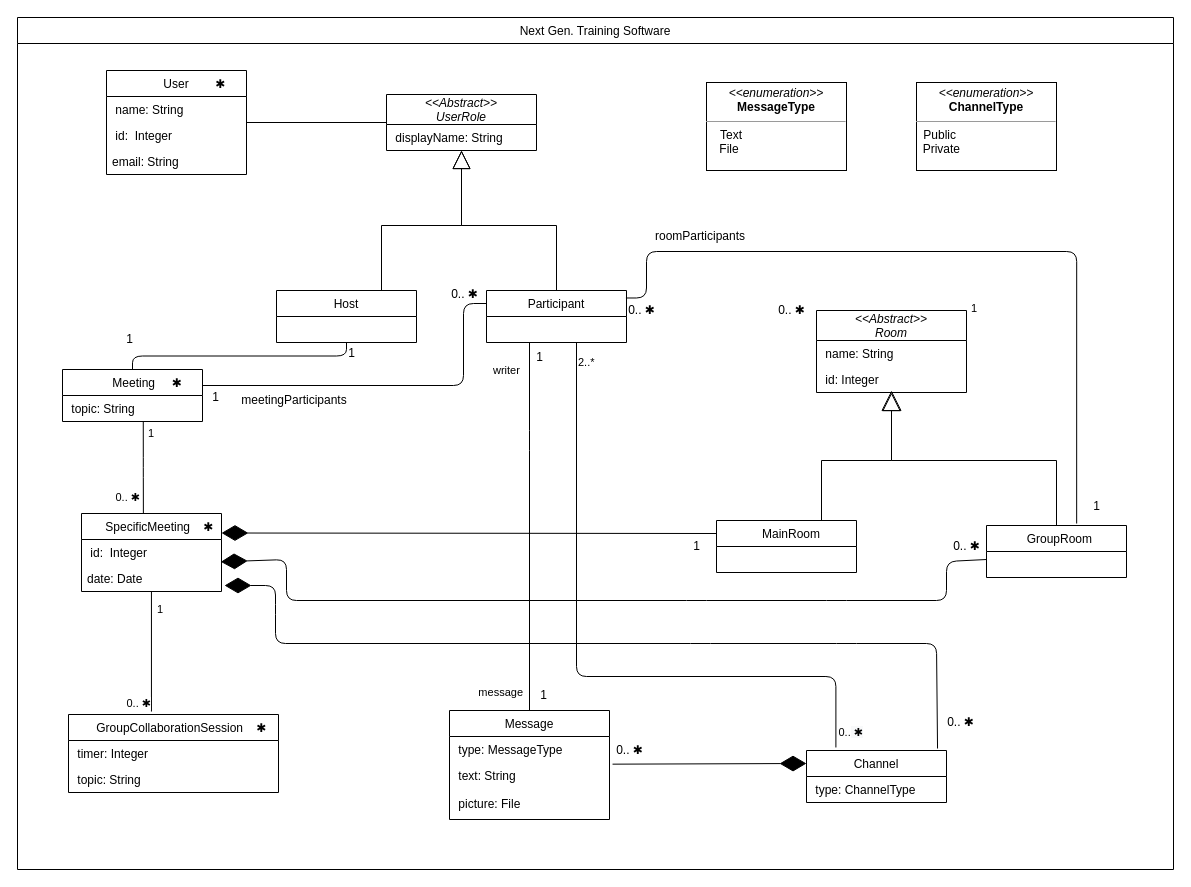
Above: ECSE326.drawio in tylerrwatsonn/ecse-326-group-20 (draw.io), before the change. Source tidied: cells renumbered, new cells numbered last; positions are measured from the earlier drawing's top-left corner, leaving out a move shared by most shapes. Both pictures are drawn from the tidied source at 100%, with x=0, y=0 at pixel (17, 17).
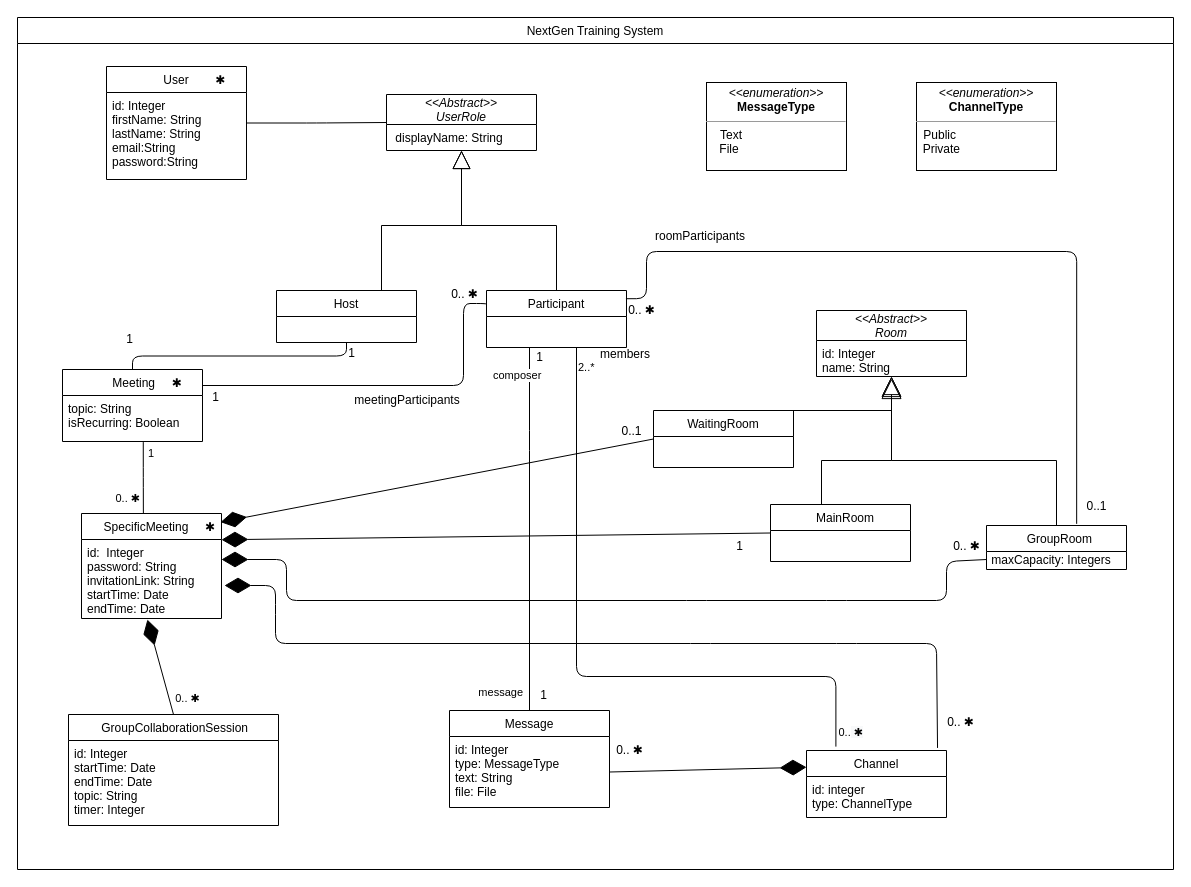
The same diagram, later.

Commit message:
changed relationships and attributes

Unchanged cells that the change refers to:
```xml
<mxCell id="67" style="endArrow=none;html=1;edgeStyle=orthogonalEdgeStyle;entryX=0.5;entryY=0;entryDx=0;entryDy=0;" parent="1" edge="1" source="12" target="30">
  <mxGeometry relative="1" as="geometry">
    <Array as="points">
      <mxPoint x="512" y="423" />
      <mxPoint x="512" y="423" />
    </Array>
  </mxGeometry>
</mxCell>
```

Change to the diagram source:
```diff
@@
     <mxCell id="2" value="           User        ✱" style="swimlane;fontStyle=0;horizontal=1;startSize=26;fillColor=none;" parent="1" vertex="1">
-      <mxGeometry x="89" y="53" width="140" height="104" as="geometry" />
+      <mxGeometry x="89" y="49" width="140" height="113" as="geometry" />
     </mxCell>
-    <mxCell id="3" value=" name: String" style="text;strokeColor=none;fillColor=none;align=left;verticalAlign=top;spacingLeft=4;spacingRight=4;overflow=hidden;" parent="2" vertex="1">
-      <mxGeometry y="26" width="140" height="26" as="geometry" />
+    <mxCell id="3" value="id: Integer&#10;firstName: String&#10;lastName: String&#10;email:String&#10;password:String" style="text;strokeColor=none;fillColor=none;align=left;verticalAlign=top;spacingLeft=4;spacingRight=4;overflow=hidden;" parent="2" vertex="1">
+      <mxGeometry y="26" width="140" height="87" as="geometry" />
     </mxCell>
-    <mxCell id="4" value=" id:  Integer" style="text;strokeColor=none;fillColor=none;align=left;verticalAlign=top;spacingLeft=4;spacingRight=4;overflow=hidden;" parent="2" vertex="1">
-      <mxGeometry y="52" width="140" height="26" as="geometry" />
-    </mxCell>
-    <mxCell id="5" value="email: String" style="text;strokeColor=none;fillColor=none;align=left;verticalAlign=top;spacingLeft=4;spacingRight=4;overflow=hidden;" parent="2" vertex="1">
-      <mxGeometry y="78" width="140" height="26" as="geometry" />
-    </mxCell>
@@
     <mxCell id="12" value="Participant" style="swimlane;fontStyle=0;horizontal=1;startSize=26;fillColor=none;" parent="1" vertex="1">
-      <mxGeometry x="469" y="273" width="140" height="52" as="geometry" />
+      <mxGeometry x="469" y="273" width="140" height="57" as="geometry" />
     </mxCell>
-    <mxCell id="13" value="     SpecificMeeting    ✱" style="swimlane;fontStyle=0;horizontal=1;startSize=26;fillColor=none;align=center;" parent="1" vertex="1">
-      <mxGeometry x="64" y="496" width="140" height="78" as="geometry" />
+    <mxCell id="13" value="     SpecificMeeting     ✱" style="swimlane;fontStyle=0;horizontal=1;startSize=26;fillColor=none;align=center;" parent="1" vertex="1">
+      <mxGeometry x="64" y="496" width="140" height="105" as="geometry" />
     </mxCell>
-    <mxCell id="14" value=" id:  Integer" style="text;strokeColor=none;fillColor=none;align=left;verticalAlign=top;spacingLeft=4;spacingRight=4;overflow=hidden;points=[[0,0.5],[1,0.5]];portConstraint=eastwest;" parent="13" vertex="1">
-      <mxGeometry y="26" width="140" height="26" as="geometry" />
+    <mxCell id="14" value="id:  Integer&#10;password: String&#10;invitationLink: String&#10;startTime: Date&#10;endTime: Date" style="text;strokeColor=none;fillColor=none;align=left;verticalAlign=top;spacingLeft=4;spacingRight=4;overflow=hidden;points=[[0,0.5],[1,0.5]];portConstraint=eastwest;" parent="13" vertex="1">
+      <mxGeometry y="26" width="140" height="79" as="geometry" />
     </mxCell>
-    <mxCell id="15" value="date: Date" style="text;strokeColor=none;fillColor=none;align=left;verticalAlign=top;spacingLeft=4;spacingRight=4;overflow=hidden;" parent="13" vertex="1">
-      <mxGeometry y="52" width="140" height="26" as="geometry" />
-    </mxCell>
     <mxCell id="16" value="&lt;&lt;Abstract&gt;&gt;&#10;Room" style="swimlane;fontStyle=2;horizontal=1;startSize=30;fillColor=none;" parent="1" vertex="1">
-      <mxGeometry x="799" y="293" width="150" height="82" as="geometry" />
+      <mxGeometry x="799" y="293" width="150" height="66" as="geometry" />
     </mxCell>
-    <mxCell id="17" value=" name: String" style="text;strokeColor=none;fillColor=none;align=left;verticalAlign=top;spacingLeft=4;spacingRight=4;overflow=hidden;points=[[0,0.5],[1,0.5]];portConstraint=eastwest;" parent="16" vertex="1">
-      <mxGeometry y="30" width="150" height="26" as="geometry" />
+    <mxCell id="17" value="id: Integer&#10;name: String" style="text;strokeColor=none;fillColor=none;align=left;verticalAlign=top;spacingLeft=4;spacingRight=4;overflow=hidden;points=[[0,0.5],[1,0.5]];portConstraint=eastwest;" parent="16" vertex="1">
+      <mxGeometry y="30" width="150" height="36" as="geometry" />
     </mxCell>
-    <mxCell id="18" value=" id: Integer" style="text;strokeColor=none;fillColor=none;align=left;verticalAlign=top;spacingLeft=4;spacingRight=4;overflow=hidden;" parent="16" vertex="1">
-      <mxGeometry y="56" width="150" height="26" as="geometry" />
-    </mxCell>
@@
     <mxCell id="20" value="        MainRoom     " style="swimlane;fontStyle=0;horizontal=1;startSize=26;fillColor=none;" parent="1" vertex="1">
-      <mxGeometry x="699" y="503" width="140" height="52" as="geometry" />
+      <mxGeometry x="753" y="487" width="140" height="57" as="geometry" />
     </mxCell>
-    <mxCell id="21" style="edgeStyle=orthogonalEdgeStyle;rounded=0;jettySize=auto;html=1;exitX=0.5;exitY=0;exitDx=0;exitDy=0;endArrow=block;endFill=0;endSize=18;" parent="1" edge="1" source="22">
+    <mxCell id="21" style="edgeStyle=orthogonalEdgeStyle;rounded=0;jettySize=auto;html=1;exitX=0.5;exitY=0;exitDx=0;exitDy=0;endArrow=block;endFill=0;endSize=18;" parent="1" edge="1" source="22" target="17">
       <mxGeometry relative="1" as="geometry">
-        <mxPoint x="874" y="373" as="targetPoint" />
         <Array as="points">
           <mxPoint x="1039" y="443" />
           <mxPoint x="874" y="443" />
         </Array>
       </mxGeometry>
     </mxCell>
     <mxCell id="22" value="     GroupRoom   " style="swimlane;fontStyle=0;horizontal=1;startSize=26;fillColor=none;" parent="1" vertex="1">
-      <mxGeometry x="969" y="508" width="140" height="52" as="geometry" />
+      <mxGeometry x="969" y="508" width="140" height="44" as="geometry" />
     </mxCell>
+    <mxCell id="72" value="&amp;nbsp;maxCapacity: Integers" style="text;html=1;align=left;verticalAlign=middle;" parent="22" vertex="1">
+      <mxGeometry y="26" width="140" height="18" as="geometry" />
+    </mxCell>
@@
     <mxCell id="25" value="      Channel      " style="swimlane;fontStyle=0;horizontal=1;startSize=26;fillColor=none;" parent="1" vertex="1">
-      <mxGeometry x="789" y="733" width="140" height="52" as="geometry" />
+      <mxGeometry x="789" y="733" width="140" height="67" as="geometry" />
     </mxCell>
-    <mxCell id="26" value=" type: ChannelType&#10;&#10;" style="text;strokeColor=none;fillColor=none;align=left;verticalAlign=top;spacingLeft=4;spacingRight=4;overflow=hidden;" parent="25" vertex="1">
-      <mxGeometry y="26" width="140" height="26" as="geometry" />
+    <mxCell id="26" value="id: integer&#10;type: ChannelType&#10;&#10;" style="text;strokeColor=none;fillColor=none;align=left;verticalAlign=top;spacingLeft=4;spacingRight=4;overflow=hidden;" parent="25" vertex="1">
+      <mxGeometry y="26" width="140" height="41" as="geometry" />
     </mxCell>
-    <mxCell id="27" value="     GroupCollaborationSession    ✱" style="swimlane;fontStyle=0;horizontal=1;startSize=26;fillColor=none;" parent="1" vertex="1">
-      <mxGeometry x="51" y="697" width="210" height="78" as="geometry" />
+    <mxCell id="27" value="     GroupCollaborationSession    " style="swimlane;fontStyle=0;horizontal=1;startSize=26;fillColor=none;" parent="1" vertex="1">
+      <mxGeometry x="51" y="697" width="210" height="111" as="geometry" />
     </mxCell>
-    <mxCell id="28" value=" timer: Integer&#10;&#10;" style="text;strokeColor=none;fillColor=none;align=left;verticalAlign=top;spacingLeft=4;spacingRight=4;overflow=hidden;" parent="27" vertex="1">
-      <mxGeometry y="26" width="210" height="26" as="geometry" />
-    </mxCell>
-    <mxCell id="29" value=" topic: String" style="text;strokeColor=none;fillColor=none;align=left;verticalAlign=top;spacingLeft=4;spacingRight=4;overflow=hidden;" parent="27" vertex="1">
-      <mxGeometry y="52" width="210" height="26" as="geometry" />
+    <mxCell id="29" value="id: Integer&#10;startTime: Date&#10;endTime: Date&#10;topic: String&#10;timer: Integer" style="text;strokeColor=none;fillColor=none;align=left;verticalAlign=top;spacingLeft=4;spacingRight=4;overflow=hidden;" parent="27" vertex="1">
+      <mxGeometry y="26" width="210" height="85" as="geometry" />
     </mxCell>
     <mxCell id="30" value="Message" style="swimlane;fontStyle=0;horizontal=1;startSize=26;fillColor=none;" parent="1" vertex="1">
-      <mxGeometry x="432" y="693" width="160" height="109" as="geometry" />
+      <mxGeometry x="432" y="693" width="160" height="97" as="geometry" />
     </mxCell>
-    <mxCell id="31" value=" type: MessageType&#10;&#10;" style="text;strokeColor=none;fillColor=none;align=left;verticalAlign=top;spacingLeft=4;spacingRight=4;overflow=hidden;points=[[0,0.5],[1,0.5]];portConstraint=eastwest;" parent="30" vertex="1">
-      <mxGeometry y="26" width="160" height="26" as="geometry" />
+    <mxCell id="31" value="id: Integer&#10;type: MessageType&#10;text: String&#10;file: File&#10;&#10;" style="text;strokeColor=none;fillColor=none;align=left;verticalAlign=top;spacingLeft=4;spacingRight=4;overflow=hidden;points=[[0,0.5],[1,0.5]];portConstraint=eastwest;" parent="30" vertex="1">
+      <mxGeometry y="26" width="160" height="71" as="geometry" />
     </mxCell>
-    <mxCell id="32" value=" text: String&#10;&#10;" style="text;strokeColor=none;fillColor=none;align=left;verticalAlign=top;spacingLeft=4;spacingRight=4;overflow=hidden;" parent="30" vertex="1">
-      <mxGeometry y="52" width="160" height="28" as="geometry" />
-    </mxCell>
-    <mxCell id="33" value=" picture: File&#10;&#10;" style="text;strokeColor=none;fillColor=none;align=left;verticalAlign=top;spacingLeft=4;spacingRight=4;overflow=hidden;" parent="30" vertex="1">
-      <mxGeometry y="80" width="160" height="29" as="geometry" />
-    </mxCell>
-    <mxCell id="34" value="Next Gen. Training Software" style="swimlane;fontStyle=0;horizontal=1;startSize=26;fillColor=none;" parent="1" vertex="1">
+    <mxCell id="34" value="NextGen Training System" style="swimlane;fontStyle=0;horizontal=1;startSize=26;fillColor=none;" parent="1" vertex="1">
       <mxGeometry width="1156" height="852" as="geometry" />
     </mxCell>
@@
-    <mxCell id="38" value="0..&amp;nbsp;✱" style="text;html=1;align=center;verticalAlign=middle;" parent="1" vertex="1">
-      <mxGeometry x="754" y="283" width="40" height="20" as="geometry" />
-    </mxCell>
@@
-    <mxCell id="43" style="endArrow=diamondThin;endFill=1;endSize=24;html=1;entryX=0.995;entryY=0.859;entryDx=0;entryDy=0;entryPerimeter=0;" parent="1" edge="1" target="14">
+    <mxCell id="43" style="endArrow=diamondThin;endFill=1;endSize=24;html=1;" parent="1" edge="1">
       <mxGeometry relative="1" as="geometry">
         <mxPoint x="969" y="542" as="sourcePoint" />
+        <mxPoint x="204" y="542" as="targetPoint" />
         <Array as="points">
           <mxPoint x="929" y="544" />
           <mxPoint x="929" y="583" />
           <mxPoint x="819" y="583" />
           <mxPoint x="679" y="583" />
           <mxPoint x="269" y="583" />
           <mxPoint x="269" y="542" />
         </Array>
       </mxGeometry>
     </mxCell>
-    <mxCell id="44" style="endArrow=diamondThin;endFill=1;endSize=24;html=1;entryX=1;entryY=0.25;entryDx=0;entryDy=0;exitX=0;exitY=0.25;exitDx=0;exitDy=0;" parent="1" edge="1" source="20" target="13">
+    <mxCell id="44" style="endArrow=diamondThin;endFill=1;endSize=24;html=1;entryX=1;entryY=0.25;entryDx=0;entryDy=0;exitX=0;exitY=0.5;exitDx=0;exitDy=0;" parent="1" edge="1" source="20" target="13">
       <mxGeometry relative="1" as="geometry" />
     </mxCell>
     <mxCell id="45" value="1" style="text;html=1;align=center;verticalAlign=middle;" parent="1" vertex="1">
-      <mxGeometry x="669" y="519" width="20" height="20" as="geometry" />
+      <mxGeometry x="712" y="519" width="20" height="20" as="geometry" />
     </mxCell>
@@
-    <mxCell id="47" style="endArrow=diamondThin;endFill=1;endSize=24;html=1;entryX=0;entryY=0.25;entryDx=0;entryDy=0;exitX=1.019;exitY=1.064;exitDx=0;exitDy=0;exitPerimeter=0;" parent="1" edge="1" source="31" target="25">
+    <mxCell id="47" style="endArrow=diamondThin;endFill=1;endSize=24;html=1;entryX=0;entryY=0.25;entryDx=0;entryDy=0;exitX=1;exitY=0.5;exitDx=0;exitDy=0;" parent="1" edge="1" source="31" target="25">
       <mxGeometry relative="1" as="geometry" />
     </mxCell>
@@
-    <mxCell id="49" value="1" style="edgeLabel;html=1;align=right;verticalAlign=bottom;" parent="1" vertex="1">
-      <mxGeometry x="989" y="273" as="geometry">
-        <mxPoint x="-29" y="26" as="offset" />
-      </mxGeometry>
-    </mxCell>
     <mxCell id="50" value="         Meeting     ✱" style="swimlane;fontStyle=0;horizontal=1;startSize=26;fillColor=none;" parent="1" vertex="1">
-      <mxGeometry x="45" y="352" width="140" height="52" as="geometry" />
+      <mxGeometry x="45" y="352" width="140" height="72" as="geometry" />
     </mxCell>
-    <mxCell id="51" value=" topic: String" style="text;strokeColor=none;fillColor=none;align=left;verticalAlign=top;spacingLeft=4;spacingRight=4;overflow=hidden;points=[[0,0.5],[1,0.5]];portConstraint=eastwest;" parent="50" vertex="1">
-      <mxGeometry y="26" width="140" height="26" as="geometry" />
+    <mxCell id="51" value="topic: String&#10;isRecurring: Boolean" style="text;strokeColor=none;fillColor=none;align=left;verticalAlign=top;spacingLeft=4;spacingRight=4;overflow=hidden;points=[[0,0.5],[1,0.5]];portConstraint=eastwest;" parent="50" vertex="1">
+      <mxGeometry y="26" width="140" height="46" as="geometry" />
     </mxCell>
@@
-    <mxCell id="56" style="endArrow=none;html=1;edgeStyle=orthogonalEdgeStyle;strokeWidth=1;entryX=0.395;entryY=-0.038;entryDx=0;entryDy=0;entryPerimeter=0;" parent="1" edge="1" source="13" target="27">
-      <mxGeometry relative="1" as="geometry" />
-    </mxCell>
-    <mxCell id="57" value="1" style="edgeLabel;html=1;align=left;verticalAlign=bottom;" parent="56" vertex="1">
-      <mxGeometry x="-1" relative="1" as="geometry">
-        <mxPoint x="4" y="26" as="offset" />
-      </mxGeometry>
-    </mxCell>
-    <mxCell id="58" value="0..&amp;nbsp;&lt;span style=&quot;text-align: center&quot;&gt;✱&lt;/span&gt;" style="edgeLabel;html=1;align=right;verticalAlign=bottom;" parent="56" vertex="1">
-      <mxGeometry x="1" relative="1" as="geometry" />
-    </mxCell>
@@
-    <mxCell id="63" value="1" style="text;html=1;align=center;verticalAlign=middle;" parent="1" vertex="1">
-      <mxGeometry x="1069" y="479" width="20" height="20" as="geometry" />
+    <mxCell id="63" value="0..1" style="text;html=1;align=center;verticalAlign=middle;" parent="1" vertex="1">
+      <mxGeometry x="1064" y="480" width="30" height="18" as="geometry" />
     </mxCell>
@@
     <mxCell id="65" value="meetingParticipants" style="text;html=1;strokeColor=none;fillColor=none;align=center;verticalAlign=middle;whiteSpace=wrap;rounded=0;" parent="1" vertex="1">
-      <mxGeometry x="215" y="374" width="124" height="18" as="geometry" />
+      <mxGeometry x="328" y="374" width="124" height="18" as="geometry" />
     </mxCell>
@@
-    <mxCell id="68" value="writer" style="edgeLabel;html=1;align=left;verticalAlign=bottom;" parent="67" vertex="1">
+    <mxCell id="68" value="composer" style="edgeLabel;html=1;align=left;verticalAlign=bottom;" parent="67" vertex="1">
       <mxGeometry x="-1" relative="1" as="geometry">
         <mxPoint x="-38" y="36" as="offset" />
       </mxGeometry>
     </mxCell>
@@
+    <mxCell id="73" value="members" style="text;html=1;strokeColor=none;fillColor=none;align=center;verticalAlign=middle;whiteSpace=wrap;rounded=0;" parent="1" vertex="1">
+      <mxGeometry x="546" y="328" width="124" height="18" as="geometry" />
+    </mxCell>
+    <mxCell id="74" value="WaitingRoom" style="swimlane;fontStyle=0;horizontal=1;startSize=26;fillColor=none;" parent="1" vertex="1">
+      <mxGeometry x="636" y="393" width="140" height="57" as="geometry" />
+    </mxCell>
+    <mxCell id="75" style="edgeStyle=orthogonalEdgeStyle;rounded=0;jettySize=auto;html=1;exitX=0.5;exitY=0;exitDx=0;exitDy=0;endArrow=block;endFill=0;endSize=18;" parent="1" edge="1" source="74">
+      <mxGeometry relative="1" as="geometry">
+        <mxPoint x="874" y="361" as="targetPoint" />
+        <Array as="points">
+          <mxPoint x="874" y="393" />
+        </Array>
+      </mxGeometry>
+    </mxCell>
+    <mxCell id="76" style="endArrow=diamondThin;endFill=1;endSize=24;html=1;exitX=0;exitY=0.5;exitDx=0;exitDy=0;entryX=0.993;entryY=0.082;entryDx=0;entryDy=0;entryPerimeter=0;" parent="1" edge="1" source="74" target="13">
+      <mxGeometry relative="1" as="geometry" />
+    </mxCell>
+    <mxCell id="77" value="0..1" style="text;html=1;align=center;verticalAlign=middle;" parent="1" vertex="1">
+      <mxGeometry x="599" y="405" width="30" height="18" as="geometry" />
+    </mxCell>
+    <mxCell id="78" style="endArrow=diamondThin;endFill=1;endSize=24;html=1;exitX=0.5;exitY=0;exitDx=0;exitDy=0;entryX=0.471;entryY=1.013;entryDx=0;entryDy=0;entryPerimeter=0;" parent="1" edge="1" source="27" target="14">
+      <mxGeometry relative="1" as="geometry" />
+    </mxCell>
+    <mxCell id="79" value="&lt;span style=&quot;font-size: 11px ; text-align: right&quot;&gt;0..&amp;nbsp;&lt;/span&gt;&lt;span style=&quot;font-size: 11px&quot;&gt;✱&lt;/span&gt;" style="text;html=1;align=center;verticalAlign=middle;" parent="1" vertex="1">
+      <mxGeometry x="152" y="670" width="35" height="22" as="geometry" />
+    </mxCell>
```
